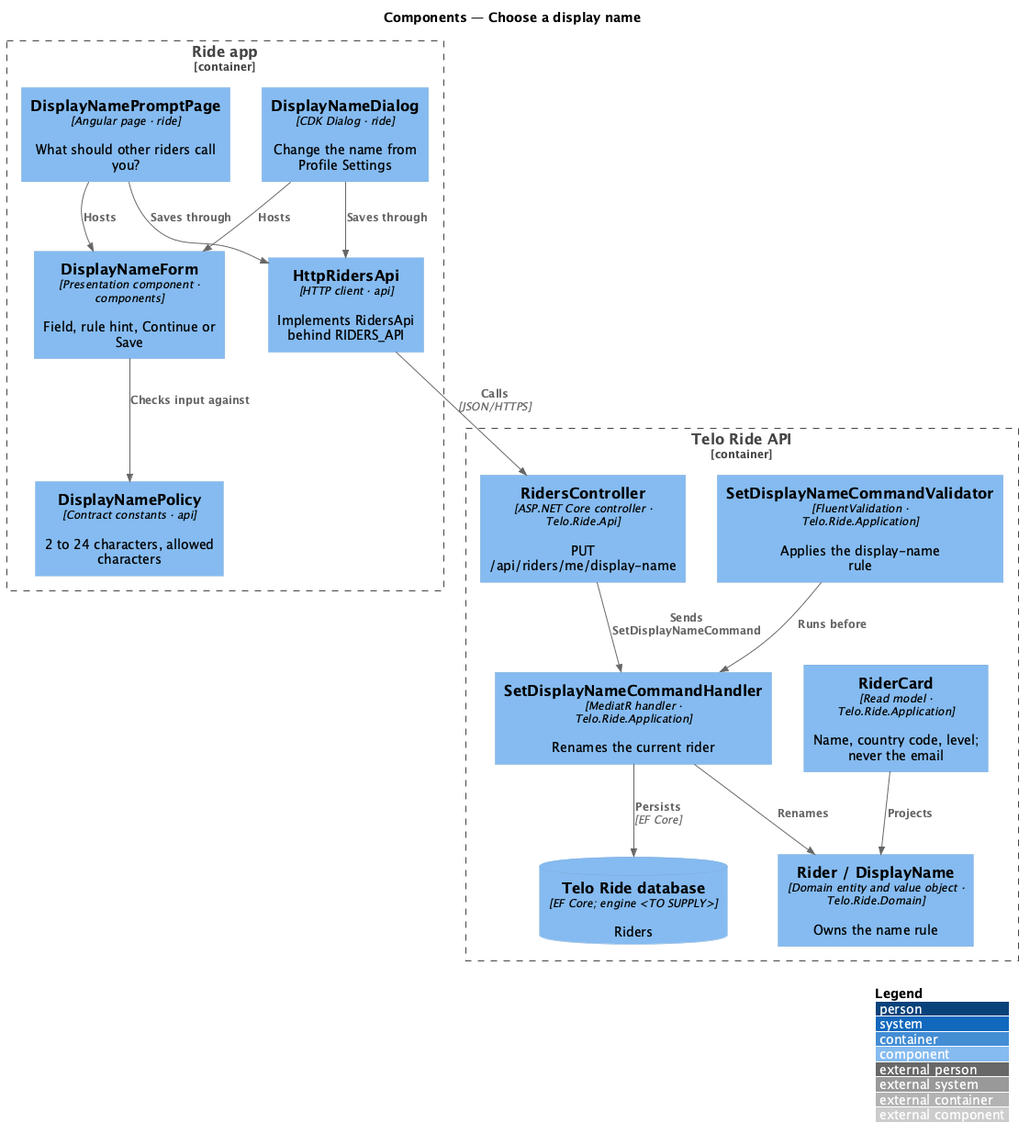
Before: docs/detailed-designs/accounts/choose-a-display-name/diagrams/c4-component.png, a diagram exported from PlantUML (QuinntyneBrown/ride-one).
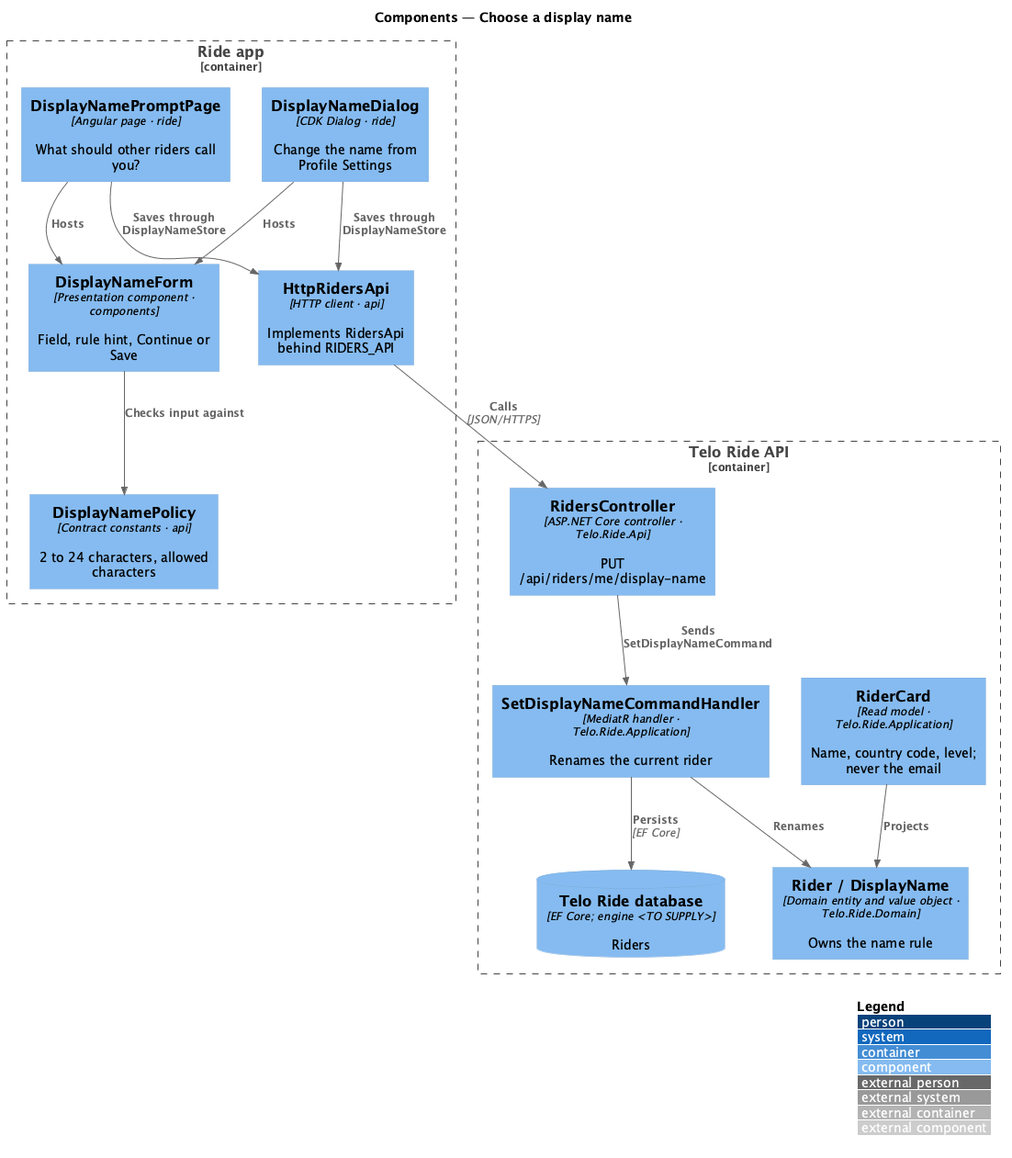
The same file after the commit.

What changed in the source:
```diff
@@ -11,7 +11,6 @@
 }
 Container_Boundary(api, "Telo Ride API") {
   Component(ctrl, "RidersController", "ASP.NET Core controller · Telo.Ride.Api", "PUT /api/riders/me/display-name")
-  Component(validator, "SetDisplayNameCommandValidator", "FluentValidation · Telo.Ride.Application", "Applies the display-name rule")
   Component(handler, "SetDisplayNameCommandHandler", "MediatR handler · Telo.Ride.Application", "Renames the current rider")
   Component(rider, "Rider / DisplayName", "Domain entity and value object · Telo.Ride.Domain", "Owns the name rule")
   Component(card, "RiderCard", "Read model · Telo.Ride.Application", "Name, country code, level; never the email")
@@ -20,11 +19,10 @@
 Rel(prompt, form, "Hosts")
 Rel(dialog, form, "Hosts")
 Rel(form, rule, "Checks input against")
-Rel(prompt, client, "Saves through")
-Rel(dialog, client, "Saves through")
+Rel(prompt, client, "Saves through DisplayNameStore")
+Rel(dialog, client, "Saves through DisplayNameStore")
 Rel(client, ctrl, "Calls", "JSON/HTTPS")
 Rel(ctrl, handler, "Sends SetDisplayNameCommand")
-Rel(validator, handler, "Runs before")
 Rel(handler, rider, "Renames")
 Rel(handler, db, "Persists", "EF Core")
 Rel(card, rider, "Projects")
```
